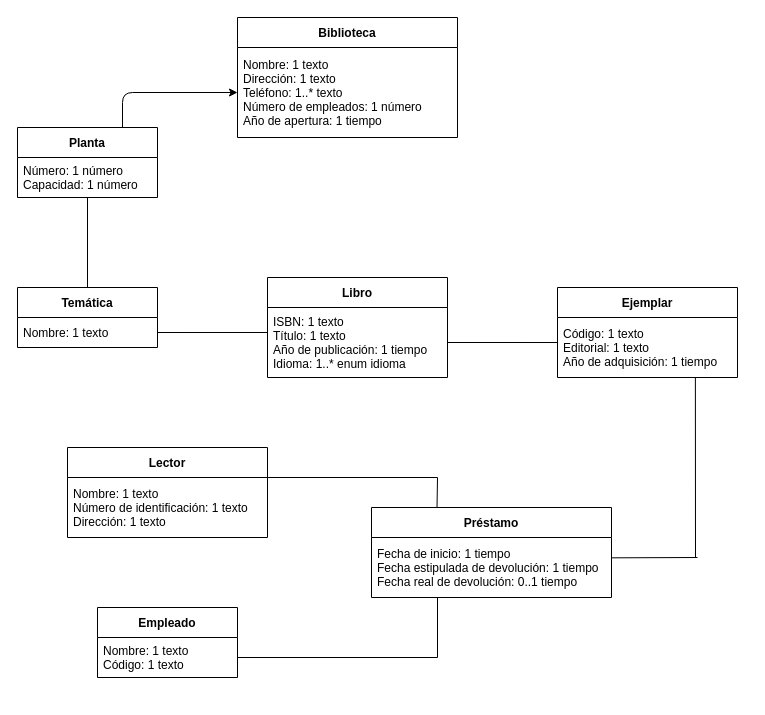
Earlier version of the draw.io diagram Ejercicio 17.drawio (ESTHERRODRIGUEZGARCIA/TrabajoGrupal1-EDA). Source tidied: cells renumbered, new cells numbered last; positions are measured from the earlier drawing's top-left corner, leaving out a move shared by most shapes. Both pictures are drawn from the tidied source at 100%, with x=0, y=0 at pixel (17, 17).
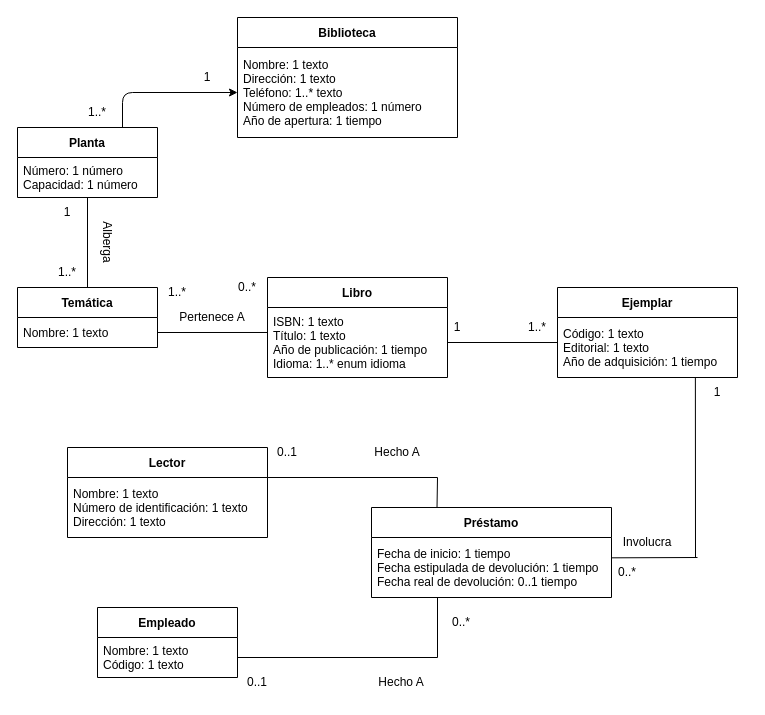
After the change.

Change to the diagram source:
```diff
@@
+    <mxCell id="28" value="1" style="text;html=1;strokeColor=none;fillColor=none;align=center;verticalAlign=middle;whiteSpace=wrap;rounded=0;" parent="1" vertex="1">
+      <mxGeometry x="160" y="45" width="60" height="30" as="geometry" />
+    </mxCell>
+    <mxCell id="29" value="1..*" style="text;html=1;strokeColor=none;fillColor=none;align=center;verticalAlign=middle;whiteSpace=wrap;rounded=0;" parent="1" vertex="1">
+      <mxGeometry x="50" y="80" width="60" height="30" as="geometry" />
+    </mxCell>
+    <mxCell id="30" value="1" style="text;html=1;strokeColor=none;fillColor=none;align=center;verticalAlign=middle;whiteSpace=wrap;rounded=0;" parent="1" vertex="1">
+      <mxGeometry x="20" y="180" width="60" height="30" as="geometry" />
+    </mxCell>
+    <mxCell id="31" value="1..*" style="text;html=1;strokeColor=none;fillColor=none;align=center;verticalAlign=middle;whiteSpace=wrap;rounded=0;" parent="1" vertex="1">
+      <mxGeometry x="20" y="240" width="60" height="30" as="geometry" />
+    </mxCell>
+    <mxCell id="32" value="Alberga" style="text;html=1;strokeColor=none;fillColor=none;align=center;verticalAlign=middle;whiteSpace=wrap;rounded=0;rotation=90;" parent="1" vertex="1">
+      <mxGeometry x="60" y="210" width="60" height="30" as="geometry" />
+    </mxCell>
+    <mxCell id="33" value="Pertenece A" style="text;html=1;strokeColor=none;fillColor=none;align=center;verticalAlign=middle;whiteSpace=wrap;rounded=0;" parent="1" vertex="1">
+      <mxGeometry x="160" y="285" width="70" height="30" as="geometry" />
+    </mxCell>
+    <mxCell id="34" value="0..*" style="text;html=1;strokeColor=none;fillColor=none;align=center;verticalAlign=middle;whiteSpace=wrap;rounded=0;" parent="1" vertex="1">
+      <mxGeometry x="200" y="255" width="60" height="30" as="geometry" />
+    </mxCell>
+    <mxCell id="35" value="1..*" style="text;html=1;strokeColor=none;fillColor=none;align=center;verticalAlign=middle;whiteSpace=wrap;rounded=0;" parent="1" vertex="1">
+      <mxGeometry x="130" y="260" width="60" height="30" as="geometry" />
+    </mxCell>
+    <mxCell id="36" value="1" style="text;html=1;strokeColor=none;fillColor=none;align=center;verticalAlign=middle;whiteSpace=wrap;rounded=0;" parent="1" vertex="1">
+      <mxGeometry x="410" y="295" width="60" height="30" as="geometry" />
+    </mxCell>
+    <mxCell id="37" value="1..*" style="text;html=1;strokeColor=none;fillColor=none;align=center;verticalAlign=middle;whiteSpace=wrap;rounded=0;" parent="1" vertex="1">
+      <mxGeometry x="490" y="295" width="60" height="30" as="geometry" />
+    </mxCell>
+    <mxCell id="38" value="1" style="text;html=1;strokeColor=none;fillColor=none;align=center;verticalAlign=middle;whiteSpace=wrap;rounded=0;" parent="1" vertex="1">
+      <mxGeometry x="670" y="360" width="60" height="30" as="geometry" />
+    </mxCell>
+    <mxCell id="39" value="Involucra" style="text;html=1;strokeColor=none;fillColor=none;align=center;verticalAlign=middle;whiteSpace=wrap;rounded=0;" parent="1" vertex="1">
+      <mxGeometry x="600" y="510" width="60" height="30" as="geometry" />
+    </mxCell>
+    <mxCell id="40" value="0..*" style="text;html=1;strokeColor=none;fillColor=none;align=center;verticalAlign=middle;whiteSpace=wrap;rounded=0;" parent="1" vertex="1">
+      <mxGeometry x="580" y="540" width="60" height="30" as="geometry" />
+    </mxCell>
+    <mxCell id="41" value="Hecho A" style="text;html=1;strokeColor=none;fillColor=none;align=center;verticalAlign=middle;whiteSpace=wrap;rounded=0;" parent="1" vertex="1">
+      <mxGeometry x="350" y="420" width="60" height="30" as="geometry" />
+    </mxCell>
+    <mxCell id="42" value="0..1" style="text;html=1;strokeColor=none;fillColor=none;align=center;verticalAlign=middle;whiteSpace=wrap;rounded=0;" parent="1" vertex="1">
+      <mxGeometry x="240" y="420" width="60" height="30" as="geometry" />
+    </mxCell>
+    <mxCell id="43" value="0..1" style="text;html=1;strokeColor=none;fillColor=none;align=center;verticalAlign=middle;whiteSpace=wrap;rounded=0;" parent="1" vertex="1">
+      <mxGeometry x="210" y="650" width="60" height="30" as="geometry" />
+    </mxCell>
+    <mxCell id="44" value="Hecho A" style="text;html=1;strokeColor=none;fillColor=none;align=center;verticalAlign=middle;whiteSpace=wrap;rounded=0;" parent="1" vertex="1">
+      <mxGeometry x="354" y="650" width="60" height="30" as="geometry" />
+    </mxCell>
+    <mxCell id="45" value="0..*" style="text;html=1;strokeColor=none;fillColor=none;align=center;verticalAlign=middle;whiteSpace=wrap;rounded=0;" parent="1" vertex="1">
+      <mxGeometry x="414" y="590" width="60" height="30" as="geometry" />
+    </mxCell>
```
